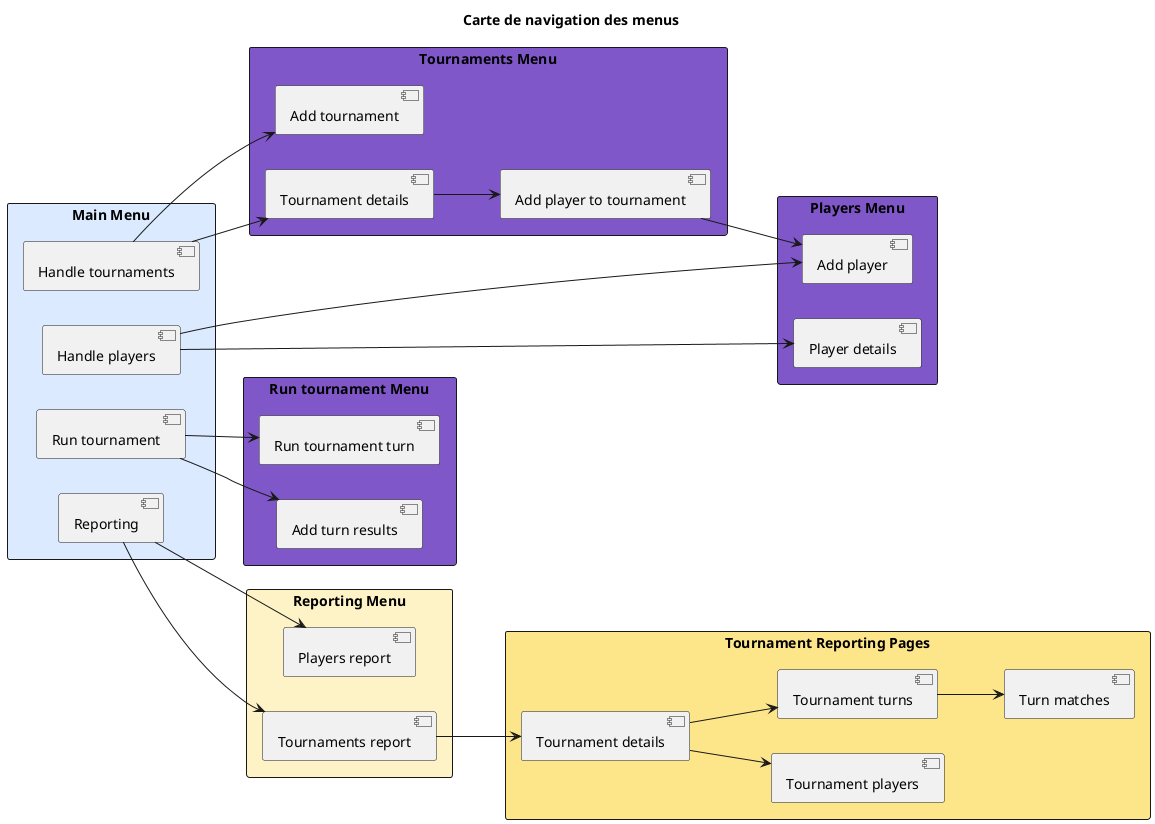
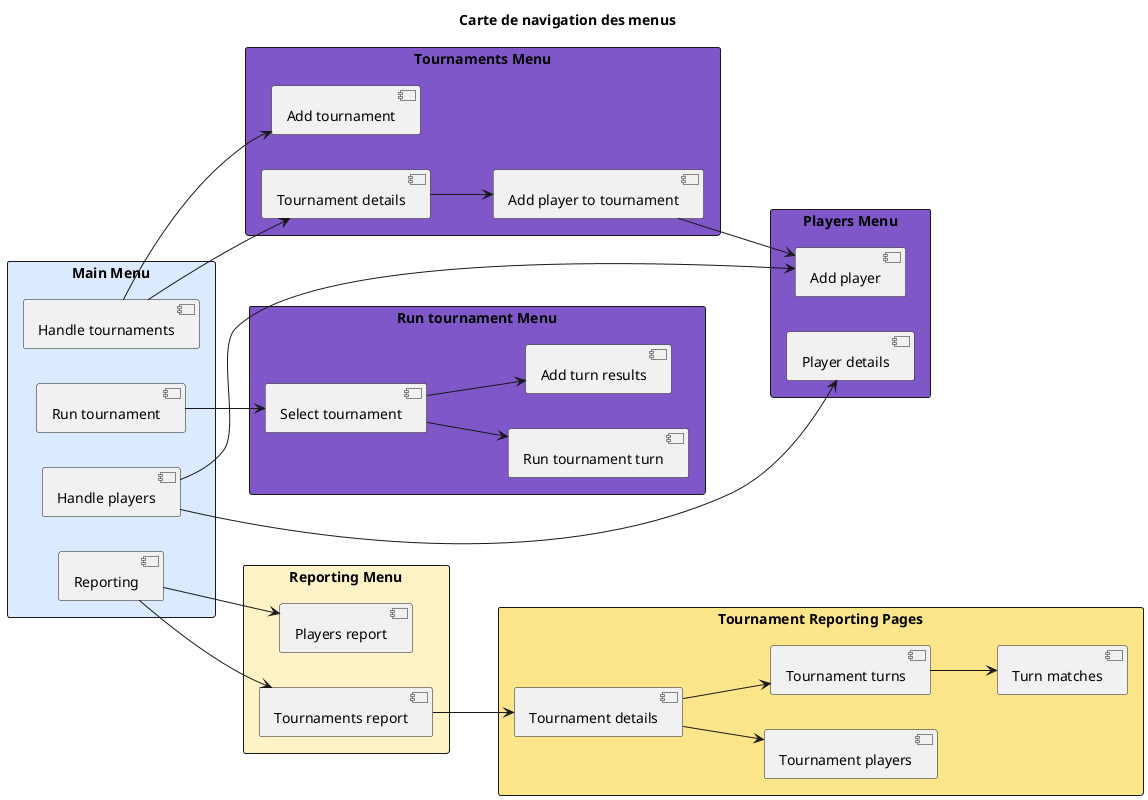
@startuml menu_navigation
title Carte de navigation des menus

left to right direction
hide footbox

rectangle "Main Menu" #DBEAFE {
    [Handle players] as menu_players
    [Handle tournaments] as menu_tournaments
    [Run tournament] as menu_run_tournament
    [Reporting] as menu_reporting
}

rectangle "Players Menu" #7f57c9 {
    [Add player] as add_player
    [Player details] as player_details
}

rectangle "Tournaments Menu" #7f57c9 {
    [Add tournament] as add_tournament
    [Tournament details] as player_tournament
    [Add player to tournament] as add_player_to_tournament
}

rectangle "Run tournament Menu" #7f57c9 {
+     [Select tournament] as select_tournament
    [Run tournament turn] as run_tournament
    [Add turn results] as add_turn_results
}

rectangle "Reporting Menu" #FEF3C7 {
    [Players report] as report_players
    [Tournaments report] as report_tournaments
}

rectangle "Tournament Reporting Pages" #FDE68A {
    [Tournament details] as tournament_details
    [Tournament players] as tournament_players
    [Tournament turns] as tournament_turns
    [Turn matches] as turn_matches
}

menu_players --> add_player
menu_players --> player_details

menu_tournaments --> add_tournament
menu_tournaments --> player_tournament

player_tournament --> add_player_to_tournament
add_player_to_tournament --> add_player

- menu_run_tournament --> run_tournament
- menu_run_tournament --> add_turn_results
+ menu_run_tournament --> select_tournament
+ select_tournament --> run_tournament
+ select_tournament --> add_turn_results

menu_reporting --> report_players
menu_reporting --> report_tournaments

report_tournaments --> tournament_details
tournament_details --> tournament_players
tournament_details --> tournament_turns
tournament_turns --> turn_matches

@enduml